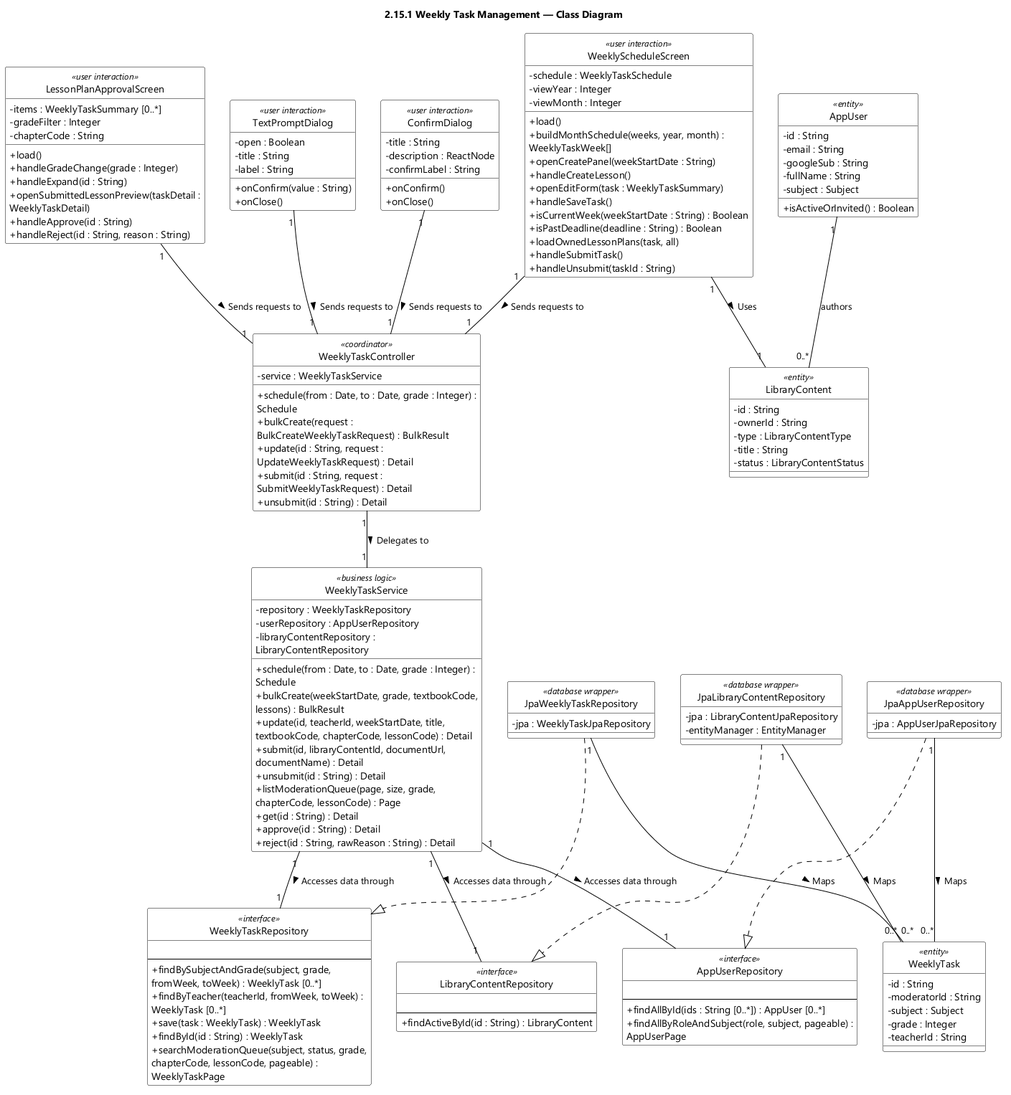
EduA-system/EduA-system keeps this PlantUML diagram as designs/sds-diagrams/feat15/feat15-class-diagram.png. Above is the earlier version.
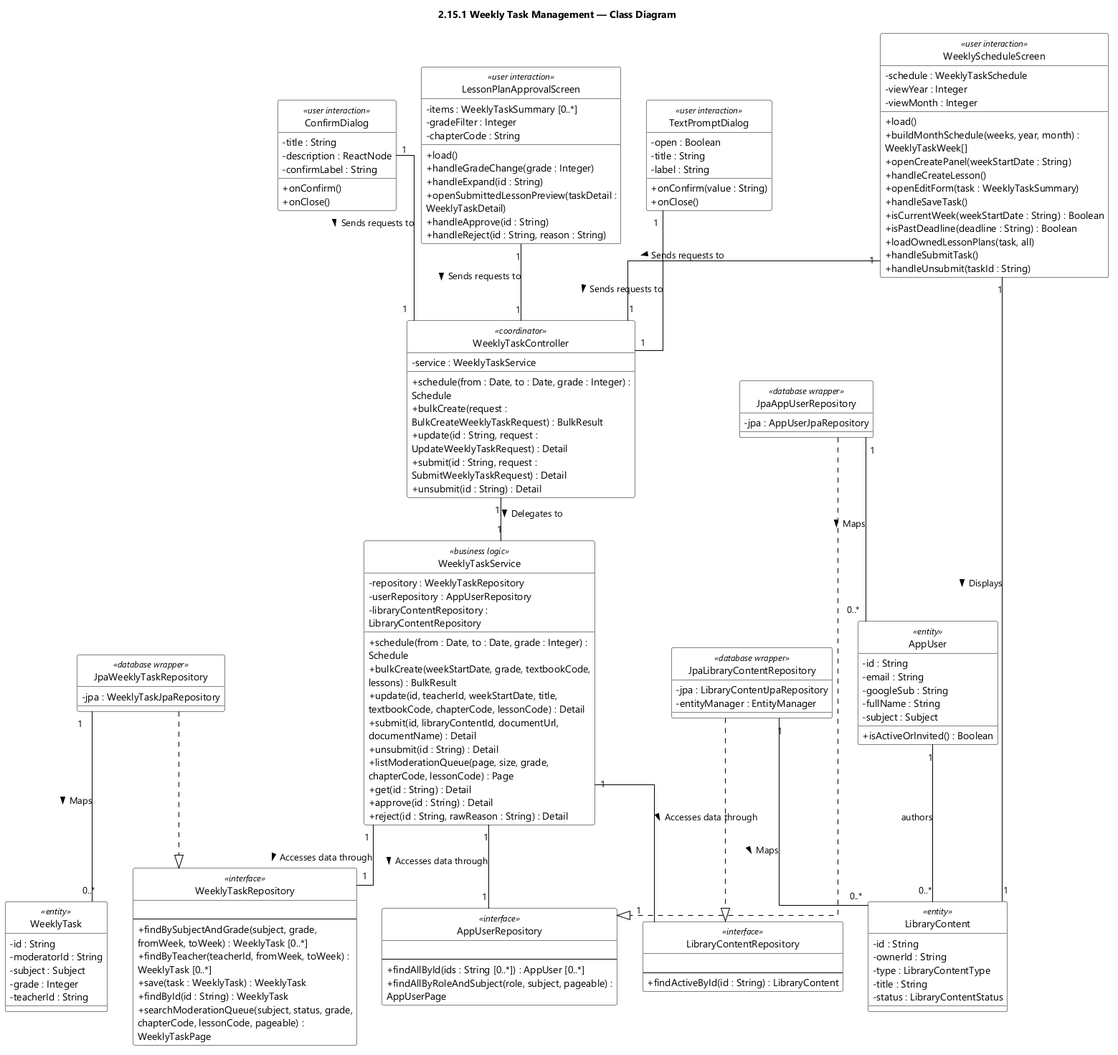
After the change.

What changed in the source:
```diff
@@ -7,6 +7,7 @@
 skinparam classBorderColor #000000
 skinparam ArrowColor #000000
 skinparam classAttributeIconSize 0
+skinparam linetype ortho
 hide circle
 title 2.15.1 Weekly Task Management — Class Diagram
 class WeeklyScheduleScreen <<user interaction>> {
@@ -139,7 +140,7 @@
   - status : LibraryContentStatus
 }
 
-WeeklyScheduleScreen "1" -- "1" LibraryContent : Uses >
+WeeklyScheduleScreen "1" -- "1" LibraryContent : Displays >
 WeeklyTaskController "1" -- "1" WeeklyTaskService : Delegates to >
 WeeklyTaskService "1" -- "1" WeeklyTaskRepository : Accesses data through >
 WeeklyTaskService "1" -- "1" AppUserRepository : Accesses data through >
@@ -153,7 +154,7 @@
 AppUser "1" -- "0..*" LibraryContent : authors
 JpaWeeklyTaskRepository ..|> WeeklyTaskRepository
 JpaWeeklyTaskRepository "1" -- "0..*" WeeklyTask : Maps >
-JpaAppUserRepository "1" -- "0..*" WeeklyTask : Maps >
-JpaLibraryContentRepository "1" -- "0..*" WeeklyTask : Maps >
+JpaAppUserRepository "1" -- "0..*" AppUser : Maps >
+JpaLibraryContentRepository "1" -- "0..*" LibraryContent : Maps >
 
 @enduml
```
